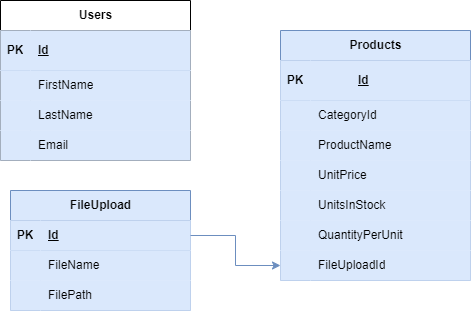
Above: Başlıksız Diyagram.drawio.png in Ayse-nur23/nLayeredApp (draw.io), before the change. Source tidied: cells renumbered, new cells last; positions are measured from the earlier drawing's top-left corner, leaving out a move shared by most shapes.
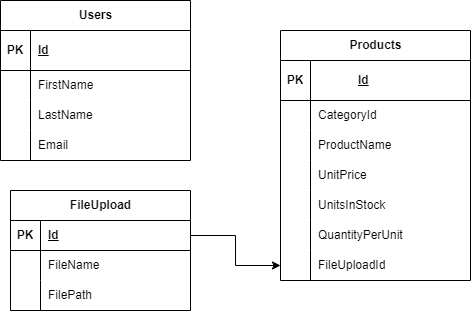
The same file after the commit.

The edit, as a diff of the source:
```diff
@@ -5,139 +5,139 @@
     <mxCell id="2" value="Users" style="shape=table;startSize=30;rowLines=0;fontStyle=1;align=center;html=1;" parent="1" vertex="1">
       <mxGeometry width="190" height="160" as="geometry" />
     </mxCell>
-    <mxCell id="3" style="shape=tableRow;horizontal=0;startSize=0;swimlaneHead=0;swimlaneBody=0;fillColor=#dae8fc;top=0;left=0;right=0;bottom=1;strokeColor=#6c8ebf;" parent="2" vertex="1">
+    <mxCell id="3" style="shape=tableRow;horizontal=0;startSize=0;swimlaneHead=0;swimlaneBody=0;fillColor=none;top=0;left=0;right=0;bottom=1;" parent="2" vertex="1">
       <mxGeometry y="30" width="190" height="40" as="geometry" />
     </mxCell>
-    <mxCell id="4" value="PK" style="shape=partialRectangle;fillColor=#dae8fc;top=0;left=0;bottom=0;right=0;fontStyle=1;overflow=hidden;whiteSpace=wrap;html=1;strokeColor=#6c8ebf;" parent="3" vertex="1">
+    <mxCell id="4" value="PK" style="shape=partialRectangle;fillColor=none;top=0;left=0;bottom=0;right=0;fontStyle=1;overflow=hidden;whiteSpace=wrap;html=1;" parent="3" vertex="1">
       <mxGeometry width="30" height="40" as="geometry" />
     </mxCell>
-    <mxCell id="5" value="Id" style="shape=partialRectangle;fillColor=#dae8fc;top=0;left=0;bottom=0;right=0;align=left;spacingLeft=6;fontStyle=5;overflow=hidden;whiteSpace=wrap;html=1;strokeColor=#6c8ebf;" parent="3" vertex="1">
+    <mxCell id="5" value="Id" style="shape=partialRectangle;fillColor=none;top=0;left=0;bottom=0;right=0;align=left;spacingLeft=6;fontStyle=5;overflow=hidden;whiteSpace=wrap;html=1;" parent="3" vertex="1">
       <mxGeometry x="30" width="160" height="40" as="geometry" />
     </mxCell>
-    <mxCell id="6" style="shape=tableRow;horizontal=0;startSize=0;swimlaneHead=0;swimlaneBody=0;fillColor=#dae8fc;top=0;left=0;right=0;bottom=0;strokeColor=#6c8ebf;" parent="2" vertex="1">
+    <mxCell id="6" style="shape=tableRow;horizontal=0;startSize=0;swimlaneHead=0;swimlaneBody=0;fillColor=none;top=0;left=0;right=0;bottom=0;" parent="2" vertex="1">
       <mxGeometry y="70" width="190" height="30" as="geometry" />
     </mxCell>
-    <mxCell id="7" style="shape=partialRectangle;fillColor=#dae8fc;top=0;left=0;bottom=0;right=0;overflow=hidden;whiteSpace=wrap;html=1;strokeColor=#6c8ebf;" parent="6" vertex="1">
+    <mxCell id="7" style="shape=partialRectangle;fillColor=none;top=0;left=0;bottom=0;right=0;overflow=hidden;whiteSpace=wrap;html=1;" parent="6" vertex="1">
       <mxGeometry width="30" height="30" as="geometry" />
     </mxCell>
-    <mxCell id="8" value="FirstName" style="shape=partialRectangle;fillColor=#dae8fc;top=0;left=0;bottom=0;right=0;align=left;spacingLeft=6;overflow=hidden;whiteSpace=wrap;html=1;strokeColor=#6c8ebf;" parent="6" vertex="1">
+    <mxCell id="8" value="FirstName" style="shape=partialRectangle;fillColor=none;top=0;left=0;bottom=0;right=0;align=left;spacingLeft=6;overflow=hidden;whiteSpace=wrap;html=1;" parent="6" vertex="1">
       <mxGeometry x="30" width="160" height="30" as="geometry" />
     </mxCell>
-    <mxCell id="9" style="shape=tableRow;horizontal=0;startSize=0;swimlaneHead=0;swimlaneBody=0;fillColor=#dae8fc;top=0;left=0;right=0;bottom=0;strokeColor=#6c8ebf;" parent="2" vertex="1">
+    <mxCell id="9" style="shape=tableRow;horizontal=0;startSize=0;swimlaneHead=0;swimlaneBody=0;fillColor=none;top=0;left=0;right=0;bottom=0;" parent="2" vertex="1">
       <mxGeometry y="100" width="190" height="30" as="geometry" />
     </mxCell>
-    <mxCell id="10" style="shape=partialRectangle;fillColor=#dae8fc;top=0;left=0;bottom=0;right=0;overflow=hidden;whiteSpace=wrap;html=1;strokeColor=#6c8ebf;" parent="9" vertex="1">
+    <mxCell id="10" style="shape=partialRectangle;fillColor=none;top=0;left=0;bottom=0;right=0;overflow=hidden;whiteSpace=wrap;html=1;" parent="9" vertex="1">
       <mxGeometry width="30" height="30" as="geometry" />
     </mxCell>
-    <mxCell id="11" value="LastName" style="shape=partialRectangle;fillColor=#dae8fc;top=0;left=0;bottom=0;right=0;align=left;spacingLeft=6;overflow=hidden;whiteSpace=wrap;html=1;strokeColor=#6c8ebf;" parent="9" vertex="1">
+    <mxCell id="11" value="LastName" style="shape=partialRectangle;fillColor=none;top=0;left=0;bottom=0;right=0;align=left;spacingLeft=6;overflow=hidden;whiteSpace=wrap;html=1;" parent="9" vertex="1">
       <mxGeometry x="30" width="160" height="30" as="geometry" />
     </mxCell>
-    <mxCell id="12" style="shape=tableRow;horizontal=0;startSize=0;swimlaneHead=0;swimlaneBody=0;fillColor=#dae8fc;top=0;left=0;right=0;bottom=0;strokeColor=#6c8ebf;" parent="2" vertex="1">
+    <mxCell id="12" style="shape=tableRow;horizontal=0;startSize=0;swimlaneHead=0;swimlaneBody=0;fillColor=none;top=0;left=0;right=0;bottom=0;" parent="2" vertex="1">
       <mxGeometry y="130" width="190" height="30" as="geometry" />
     </mxCell>
-    <mxCell id="13" style="shape=partialRectangle;fillColor=#dae8fc;top=0;left=0;bottom=0;right=0;overflow=hidden;whiteSpace=wrap;html=1;strokeColor=#6c8ebf;" parent="12" vertex="1">
+    <mxCell id="13" style="shape=partialRectangle;fillColor=none;top=0;left=0;bottom=0;right=0;overflow=hidden;whiteSpace=wrap;html=1;" parent="12" vertex="1">
       <mxGeometry width="30" height="30" as="geometry" />
     </mxCell>
-    <mxCell id="14" value="Email" style="shape=partialRectangle;fillColor=#dae8fc;top=0;left=0;bottom=0;right=0;align=left;spacingLeft=6;overflow=hidden;whiteSpace=wrap;html=1;strokeColor=#6c8ebf;" parent="12" vertex="1">
+    <mxCell id="14" value="Email" style="shape=partialRectangle;fillColor=none;top=0;left=0;bottom=0;right=0;align=left;spacingLeft=6;overflow=hidden;whiteSpace=wrap;html=1;" parent="12" vertex="1">
       <mxGeometry x="30" width="160" height="30" as="geometry" />
     </mxCell>
-    <mxCell id="15" value="Products" style="shape=table;startSize=30;rowLines=0;fontStyle=1;align=center;html=1;fillColor=#dae8fc;strokeColor=#6c8ebf;" parent="1" vertex="1">
+    <mxCell id="15" value="Products" style="shape=table;startSize=30;rowLines=0;fontStyle=1;align=center;html=1;" parent="1" vertex="1">
       <mxGeometry x="280" y="30" width="190" height="250" as="geometry" />
     </mxCell>
-    <mxCell id="16" style="shape=tableRow;horizontal=0;startSize=0;swimlaneHead=0;swimlaneBody=0;fillColor=#dae8fc;top=0;left=0;right=0;bottom=1;strokeColor=#6c8ebf;" parent="15" vertex="1">
+    <mxCell id="16" style="shape=tableRow;horizontal=0;startSize=0;swimlaneHead=0;swimlaneBody=0;fillColor=none;top=0;left=0;right=0;bottom=1;" parent="15" vertex="1">
       <mxGeometry y="30" width="190" height="40" as="geometry" />
     </mxCell>
-    <mxCell id="17" value="PK" style="shape=partialRectangle;fillColor=#dae8fc;top=0;left=0;bottom=0;right=0;fontStyle=1;overflow=hidden;whiteSpace=wrap;html=1;strokeColor=#6c8ebf;" parent="16" vertex="1">
+    <mxCell id="17" value="PK" style="shape=partialRectangle;fillColor=none;top=0;left=0;bottom=0;right=0;fontStyle=1;overflow=hidden;whiteSpace=wrap;html=1;" parent="16" vertex="1">
       <mxGeometry width="30" height="40" as="geometry" />
     </mxCell>
-    <mxCell id="18" value="&lt;blockquote style=&quot;margin: 0 0 0 40px; border: none; padding: 0px;&quot;&gt;Id&lt;/blockquote&gt;" style="shape=partialRectangle;fillColor=#dae8fc;top=0;left=0;bottom=0;right=0;align=left;spacingLeft=6;fontStyle=5;overflow=hidden;whiteSpace=wrap;html=1;strokeColor=#6c8ebf;" parent="16" vertex="1">
+    <mxCell id="18" value="&lt;blockquote style=&quot;margin: 0 0 0 40px; border: none; padding: 0px;&quot;&gt;Id&lt;/blockquote&gt;" style="shape=partialRectangle;fillColor=none;top=0;left=0;bottom=0;right=0;align=left;spacingLeft=6;fontStyle=5;overflow=hidden;whiteSpace=wrap;html=1;" parent="16" vertex="1">
       <mxGeometry x="30" width="160" height="40" as="geometry" />
     </mxCell>
-    <mxCell id="19" style="shape=tableRow;horizontal=0;startSize=0;swimlaneHead=0;swimlaneBody=0;fillColor=#dae8fc;top=0;left=0;right=0;bottom=0;strokeColor=#6c8ebf;" parent="15" vertex="1">
+    <mxCell id="19" style="shape=tableRow;horizontal=0;startSize=0;swimlaneHead=0;swimlaneBody=0;fillColor=none;top=0;left=0;right=0;bottom=0;" parent="15" vertex="1">
       <mxGeometry y="70" width="190" height="30" as="geometry" />
     </mxCell>
-    <mxCell id="20" style="shape=partialRectangle;fillColor=#dae8fc;top=0;left=0;bottom=0;right=0;overflow=hidden;whiteSpace=wrap;html=1;strokeColor=#6c8ebf;" parent="19" vertex="1">
+    <mxCell id="20" style="shape=partialRectangle;fillColor=none;top=0;left=0;bottom=0;right=0;overflow=hidden;whiteSpace=wrap;html=1;" parent="19" vertex="1">
       <mxGeometry width="30" height="30" as="geometry" />
     </mxCell>
-    <mxCell id="21" value="CategoryId&amp;nbsp;" style="shape=partialRectangle;fillColor=#dae8fc;top=0;left=0;bottom=0;right=0;align=left;spacingLeft=6;overflow=hidden;whiteSpace=wrap;html=1;strokeColor=#6c8ebf;" parent="19" vertex="1">
+    <mxCell id="21" value="CategoryId&amp;nbsp;" style="shape=partialRectangle;fillColor=none;top=0;left=0;bottom=0;right=0;align=left;spacingLeft=6;overflow=hidden;whiteSpace=wrap;html=1;" parent="19" vertex="1">
       <mxGeometry x="30" width="160" height="30" as="geometry" />
     </mxCell>
-    <mxCell id="22" style="shape=tableRow;horizontal=0;startSize=0;swimlaneHead=0;swimlaneBody=0;fillColor=#dae8fc;top=0;left=0;right=0;bottom=0;strokeColor=#6c8ebf;" parent="15" vertex="1">
+    <mxCell id="22" style="shape=tableRow;horizontal=0;startSize=0;swimlaneHead=0;swimlaneBody=0;fillColor=none;top=0;left=0;right=0;bottom=0;" parent="15" vertex="1">
       <mxGeometry y="100" width="190" height="30" as="geometry" />
     </mxCell>
-    <mxCell id="23" style="shape=partialRectangle;fillColor=#dae8fc;top=0;left=0;bottom=0;right=0;overflow=hidden;whiteSpace=wrap;html=1;strokeColor=#6c8ebf;" parent="22" vertex="1">
+    <mxCell id="23" style="shape=partialRectangle;fillColor=none;top=0;left=0;bottom=0;right=0;overflow=hidden;whiteSpace=wrap;html=1;" parent="22" vertex="1">
       <mxGeometry width="30" height="30" as="geometry" />
     </mxCell>
-    <mxCell id="24" value="ProductName&amp;nbsp;" style="shape=partialRectangle;fillColor=#dae8fc;top=0;left=0;bottom=0;right=0;align=left;spacingLeft=6;overflow=hidden;whiteSpace=wrap;html=1;strokeColor=#6c8ebf;" parent="22" vertex="1">
+    <mxCell id="24" value="ProductName&amp;nbsp;" style="shape=partialRectangle;fillColor=none;top=0;left=0;bottom=0;right=0;align=left;spacingLeft=6;overflow=hidden;whiteSpace=wrap;html=1;" parent="22" vertex="1">
       <mxGeometry x="30" width="160" height="30" as="geometry" />
     </mxCell>
-    <mxCell id="25" style="shape=tableRow;horizontal=0;startSize=0;swimlaneHead=0;swimlaneBody=0;fillColor=#dae8fc;top=0;left=0;right=0;bottom=0;strokeColor=#6c8ebf;" parent="15" vertex="1">
+    <mxCell id="25" style="shape=tableRow;horizontal=0;startSize=0;swimlaneHead=0;swimlaneBody=0;fillColor=none;top=0;left=0;right=0;bottom=0;" parent="15" vertex="1">
       <mxGeometry y="130" width="190" height="30" as="geometry" />
     </mxCell>
-    <mxCell id="26" style="shape=partialRectangle;fillColor=#dae8fc;top=0;left=0;bottom=0;right=0;overflow=hidden;whiteSpace=wrap;html=1;strokeColor=#6c8ebf;" parent="25" vertex="1">
+    <mxCell id="26" style="shape=partialRectangle;fillColor=none;top=0;left=0;bottom=0;right=0;overflow=hidden;whiteSpace=wrap;html=1;" parent="25" vertex="1">
       <mxGeometry width="30" height="30" as="geometry" />
     </mxCell>
-    <mxCell id="27" value="UnitPrice&amp;nbsp;" style="shape=partialRectangle;fillColor=#dae8fc;top=0;left=0;bottom=0;right=0;align=left;spacingLeft=6;overflow=hidden;whiteSpace=wrap;html=1;strokeColor=#6c8ebf;" parent="25" vertex="1">
+    <mxCell id="27" value="UnitPrice&amp;nbsp;" style="shape=partialRectangle;fillColor=none;top=0;left=0;bottom=0;right=0;align=left;spacingLeft=6;overflow=hidden;whiteSpace=wrap;html=1;" parent="25" vertex="1">
       <mxGeometry x="30" width="160" height="30" as="geometry" />
     </mxCell>
-    <mxCell id="28" style="shape=tableRow;horizontal=0;startSize=0;swimlaneHead=0;swimlaneBody=0;fillColor=#dae8fc;top=0;left=0;right=0;bottom=0;strokeColor=#6c8ebf;" parent="15" vertex="1">
+    <mxCell id="28" style="shape=tableRow;horizontal=0;startSize=0;swimlaneHead=0;swimlaneBody=0;fillColor=none;top=0;left=0;right=0;bottom=0;" parent="15" vertex="1">
       <mxGeometry y="160" width="190" height="30" as="geometry" />
     </mxCell>
-    <mxCell id="29" style="shape=partialRectangle;fillColor=#dae8fc;top=0;left=0;bottom=0;right=0;overflow=hidden;whiteSpace=wrap;html=1;strokeColor=#6c8ebf;" parent="28" vertex="1">
+    <mxCell id="29" style="shape=partialRectangle;fillColor=none;top=0;left=0;bottom=0;right=0;overflow=hidden;whiteSpace=wrap;html=1;" parent="28" vertex="1">
       <mxGeometry width="30" height="30" as="geometry" />
     </mxCell>
-    <mxCell id="30" value="UnitsInStock&amp;nbsp;" style="shape=partialRectangle;fillColor=#dae8fc;top=0;left=0;bottom=0;right=0;align=left;spacingLeft=6;overflow=hidden;whiteSpace=wrap;html=1;strokeColor=#6c8ebf;" parent="28" vertex="1">
+    <mxCell id="30" value="UnitsInStock&amp;nbsp;" style="shape=partialRectangle;fillColor=none;top=0;left=0;bottom=0;right=0;align=left;spacingLeft=6;overflow=hidden;whiteSpace=wrap;html=1;" parent="28" vertex="1">
       <mxGeometry x="30" width="160" height="30" as="geometry" />
     </mxCell>
-    <mxCell id="31" style="shape=tableRow;horizontal=0;startSize=0;swimlaneHead=0;swimlaneBody=0;fillColor=#dae8fc;top=0;left=0;right=0;bottom=0;strokeColor=#6c8ebf;" parent="15" vertex="1">
+    <mxCell id="31" style="shape=tableRow;horizontal=0;startSize=0;swimlaneHead=0;swimlaneBody=0;fillColor=none;top=0;left=0;right=0;bottom=0;" parent="15" vertex="1">
       <mxGeometry y="190" width="190" height="30" as="geometry" />
     </mxCell>
-    <mxCell id="32" style="shape=partialRectangle;fillColor=#dae8fc;top=0;left=0;bottom=0;right=0;overflow=hidden;whiteSpace=wrap;html=1;strokeColor=#6c8ebf;" parent="31" vertex="1">
+    <mxCell id="32" style="shape=partialRectangle;fillColor=none;top=0;left=0;bottom=0;right=0;overflow=hidden;whiteSpace=wrap;html=1;" parent="31" vertex="1">
       <mxGeometry width="30" height="30" as="geometry" />
     </mxCell>
-    <mxCell id="33" value="QuantityPerUnit&amp;nbsp;" style="shape=partialRectangle;fillColor=#dae8fc;top=0;left=0;bottom=0;right=0;align=left;spacingLeft=6;overflow=hidden;whiteSpace=wrap;html=1;strokeColor=#6c8ebf;" parent="31" vertex="1">
+    <mxCell id="33" value="QuantityPerUnit&amp;nbsp;" style="shape=partialRectangle;fillColor=none;top=0;left=0;bottom=0;right=0;align=left;spacingLeft=6;overflow=hidden;whiteSpace=wrap;html=1;" parent="31" vertex="1">
       <mxGeometry x="30" width="160" height="30" as="geometry" />
     </mxCell>
-    <mxCell id="34" style="shape=tableRow;horizontal=0;startSize=0;swimlaneHead=0;swimlaneBody=0;fillColor=#dae8fc;points=[[0,0.5],[1,0.5]];portConstraint=eastwest;top=0;left=0;right=0;bottom=0;strokeColor=#6c8ebf;" parent="15" vertex="1">
+    <mxCell id="34" style="shape=tableRow;horizontal=0;startSize=0;swimlaneHead=0;swimlaneBody=0;fillColor=none;points=[[0,0.5],[1,0.5]];portConstraint=eastwest;top=0;left=0;right=0;bottom=0;" parent="15" vertex="1">
       <mxGeometry y="220" width="190" height="30" as="geometry" />
     </mxCell>
-    <mxCell id="35" style="shape=partialRectangle;fillColor=#dae8fc;top=0;left=0;bottom=0;right=0;overflow=hidden;whiteSpace=wrap;html=1;strokeColor=#6c8ebf;" parent="34" vertex="1">
+    <mxCell id="35" style="shape=partialRectangle;fillColor=none;top=0;left=0;bottom=0;right=0;overflow=hidden;whiteSpace=wrap;html=1;" parent="34" vertex="1">
       <mxGeometry width="30" height="30" as="geometry" />
     </mxCell>
-    <mxCell id="36" value="FileUploadId" style="shape=partialRectangle;fillColor=#dae8fc;top=0;left=0;bottom=0;right=0;align=left;spacingLeft=6;overflow=hidden;whiteSpace=wrap;html=1;strokeColor=#6c8ebf;" parent="34" vertex="1">
+    <mxCell id="36" value="FileUploadId" style="shape=partialRectangle;fillColor=none;top=0;left=0;bottom=0;right=0;align=left;spacingLeft=6;overflow=hidden;whiteSpace=wrap;html=1;" parent="34" vertex="1">
       <mxGeometry x="30" width="160" height="30" as="geometry" />
     </mxCell>
-    <mxCell id="37" value="FileUpload" style="shape=table;startSize=30;rowLines=0;fontStyle=1;align=center;html=1;fillColor=#dae8fc;strokeColor=#6c8ebf;" parent="1" vertex="1">
+    <mxCell id="37" value="FileUpload" style="shape=table;startSize=30;rowLines=0;fontStyle=1;align=center;html=1;" parent="1" vertex="1">
       <mxGeometry x="10" y="190" width="180" height="120" as="geometry" />
     </mxCell>
-    <mxCell id="38" style="shape=tableRow;horizontal=0;startSize=0;swimlaneHead=0;swimlaneBody=0;fillColor=#dae8fc;points=[[0,0.5],[1,0.5]];portConstraint=eastwest;top=0;left=0;right=0;bottom=1;strokeColor=#6c8ebf;" parent="37" vertex="1">
+    <mxCell id="38" style="shape=tableRow;horizontal=0;startSize=0;swimlaneHead=0;swimlaneBody=0;fillColor=none;points=[[0,0.5],[1,0.5]];portConstraint=eastwest;top=0;left=0;right=0;bottom=1;" parent="37" vertex="1">
       <mxGeometry y="30" width="180" height="30" as="geometry" />
     </mxCell>
-    <mxCell id="39" value="PK" style="shape=partialRectangle;fillColor=#dae8fc;top=0;left=0;bottom=0;right=0;fontStyle=1;overflow=hidden;whiteSpace=wrap;html=1;strokeColor=#6c8ebf;" parent="38" vertex="1">
+    <mxCell id="39" value="PK" style="shape=partialRectangle;fillColor=none;top=0;left=0;bottom=0;right=0;fontStyle=1;overflow=hidden;whiteSpace=wrap;html=1;" parent="38" vertex="1">
       <mxGeometry width="30" height="30" as="geometry" />
     </mxCell>
-    <mxCell id="40" value="Id" style="shape=partialRectangle;fillColor=#dae8fc;top=0;left=0;bottom=0;right=0;align=left;spacingLeft=6;fontStyle=5;overflow=hidden;whiteSpace=wrap;html=1;strokeColor=#6c8ebf;" parent="38" vertex="1">
+    <mxCell id="40" value="Id" style="shape=partialRectangle;fillColor=none;top=0;left=0;bottom=0;right=0;align=left;spacingLeft=6;fontStyle=5;overflow=hidden;whiteSpace=wrap;html=1;" parent="38" vertex="1">
       <mxGeometry x="30" width="150" height="30" as="geometry" />
     </mxCell>
-    <mxCell id="41" style="shape=tableRow;horizontal=0;startSize=0;swimlaneHead=0;swimlaneBody=0;fillColor=#dae8fc;top=0;left=0;right=0;bottom=0;strokeColor=#6c8ebf;" parent="37" vertex="1">
+    <mxCell id="41" style="shape=tableRow;horizontal=0;startSize=0;swimlaneHead=0;swimlaneBody=0;fillColor=none;top=0;left=0;right=0;bottom=0;" parent="37" vertex="1">
       <mxGeometry y="60" width="180" height="30" as="geometry" />
     </mxCell>
-    <mxCell id="42" style="shape=partialRectangle;fillColor=#dae8fc;top=0;left=0;bottom=0;right=0;overflow=hidden;whiteSpace=wrap;html=1;strokeColor=#6c8ebf;" parent="41" vertex="1">
+    <mxCell id="42" style="shape=partialRectangle;fillColor=none;top=0;left=0;bottom=0;right=0;overflow=hidden;whiteSpace=wrap;html=1;" parent="41" vertex="1">
       <mxGeometry width="30" height="30" as="geometry" />
     </mxCell>
-    <mxCell id="43" value="FileName&amp;nbsp;" style="shape=partialRectangle;fillColor=#dae8fc;top=0;left=0;bottom=0;right=0;align=left;spacingLeft=6;overflow=hidden;whiteSpace=wrap;html=1;strokeColor=#6c8ebf;" parent="41" vertex="1">
+    <mxCell id="43" value="FileName&amp;nbsp;" style="shape=partialRectangle;fillColor=none;top=0;left=0;bottom=0;right=0;align=left;spacingLeft=6;overflow=hidden;whiteSpace=wrap;html=1;" parent="41" vertex="1">
       <mxGeometry x="30" width="150" height="30" as="geometry" />
     </mxCell>
-    <mxCell id="44" style="shape=tableRow;horizontal=0;startSize=0;swimlaneHead=0;swimlaneBody=0;fillColor=#dae8fc;top=0;left=0;right=0;bottom=0;strokeColor=#6c8ebf;" parent="37" vertex="1">
+    <mxCell id="44" style="shape=tableRow;horizontal=0;startSize=0;swimlaneHead=0;swimlaneBody=0;fillColor=none;top=0;left=0;right=0;bottom=0;" parent="37" vertex="1">
       <mxGeometry y="90" width="180" height="30" as="geometry" />
     </mxCell>
-    <mxCell id="45" style="shape=partialRectangle;fillColor=#dae8fc;top=0;left=0;bottom=0;right=0;overflow=hidden;whiteSpace=wrap;html=1;strokeColor=#6c8ebf;" parent="44" vertex="1">
+    <mxCell id="45" style="shape=partialRectangle;fillColor=none;top=0;left=0;bottom=0;right=0;overflow=hidden;whiteSpace=wrap;html=1;" parent="44" vertex="1">
       <mxGeometry width="30" height="30" as="geometry" />
     </mxCell>
-    <mxCell id="46" value="FilePath&amp;nbsp;" style="shape=partialRectangle;fillColor=#dae8fc;top=0;left=0;bottom=0;right=0;align=left;spacingLeft=6;overflow=hidden;whiteSpace=wrap;html=1;strokeColor=#6c8ebf;" parent="44" vertex="1">
+    <mxCell id="46" value="FilePath&amp;nbsp;" style="shape=partialRectangle;fillColor=none;top=0;left=0;bottom=0;right=0;align=left;spacingLeft=6;overflow=hidden;whiteSpace=wrap;html=1;" parent="44" vertex="1">
       <mxGeometry x="30" width="150" height="30" as="geometry" />
     </mxCell>
-    <mxCell id="47" style="edgeStyle=orthogonalEdgeStyle;rounded=0;jettySize=auto;html=1;exitX=1;exitY=0.5;exitDx=0;exitDy=0;entryX=0;entryY=0.5;entryDx=0;entryDy=0;fillColor=#dae8fc;strokeColor=#6c8ebf;" parent="1" edge="1" source="38" target="34">
+    <mxCell id="47" style="edgeStyle=orthogonalEdgeStyle;rounded=0;jettySize=auto;html=1;exitX=1;exitY=0.5;exitDx=0;exitDy=0;entryX=0;entryY=0.5;entryDx=0;entryDy=0;" parent="1" edge="1" source="38" target="34">
       <mxGeometry relative="1" as="geometry" />
     </mxCell>
   </root>
```
